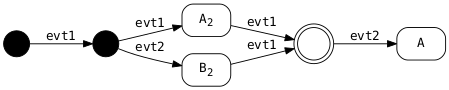
This is diagrams/composite_internal.png from dsiroky/dsml, a Graphviz export, as it was before one commit. Its source is kept beside it as diagrams/composite_internal.dot. The source it was exported from:
```dot
digraph {

include(common.style)

initial [ shape=point height=0.4 ];
initial_sub [ shape=point height=0.4 ];
final_sub [ shape=doublecircle label="" ];
A_sub [ label=<A<sub>2</sub>> ];
B_sub [ label=<B<sub>2</sub>> ];

initial_sub -> A_sub [ label="evt1" ];
initial_sub -> B_sub [ label="evt2" ];
A_sub -> final_sub [ label="evt1" ];
B_sub -> final_sub [ label="evt1" ];

initial -> initial_sub [ label="evt1" ];
final_sub -> A [ label="evt2" ];

}
```
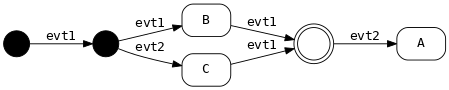
After the change.

What changed in the source:
```diff
@@ -5,13 +5,13 @@
 initial [ shape=point height=0.4 ];
 initial_sub [ shape=point height=0.4 ];
 final_sub [ shape=doublecircle label="" ];
-A_sub [ label=<A<sub>2</sub>> ];
-B_sub [ label=<B<sub>2</sub>> ];
+B_sub [ label="B" ];
+C_sub [ label="C" ];
 
-initial_sub -> A_sub [ label="evt1" ];
-initial_sub -> B_sub [ label="evt2" ];
-A_sub -> final_sub [ label="evt1" ];
+initial_sub -> B_sub [ label="evt1" ];
+initial_sub -> C_sub [ label="evt2" ];
 B_sub -> final_sub [ label="evt1" ];
+C_sub -> final_sub [ label="evt1" ];
 
 initial -> initial_sub [ label="evt1" ];
 final_sub -> A [ label="evt2" ];
```
